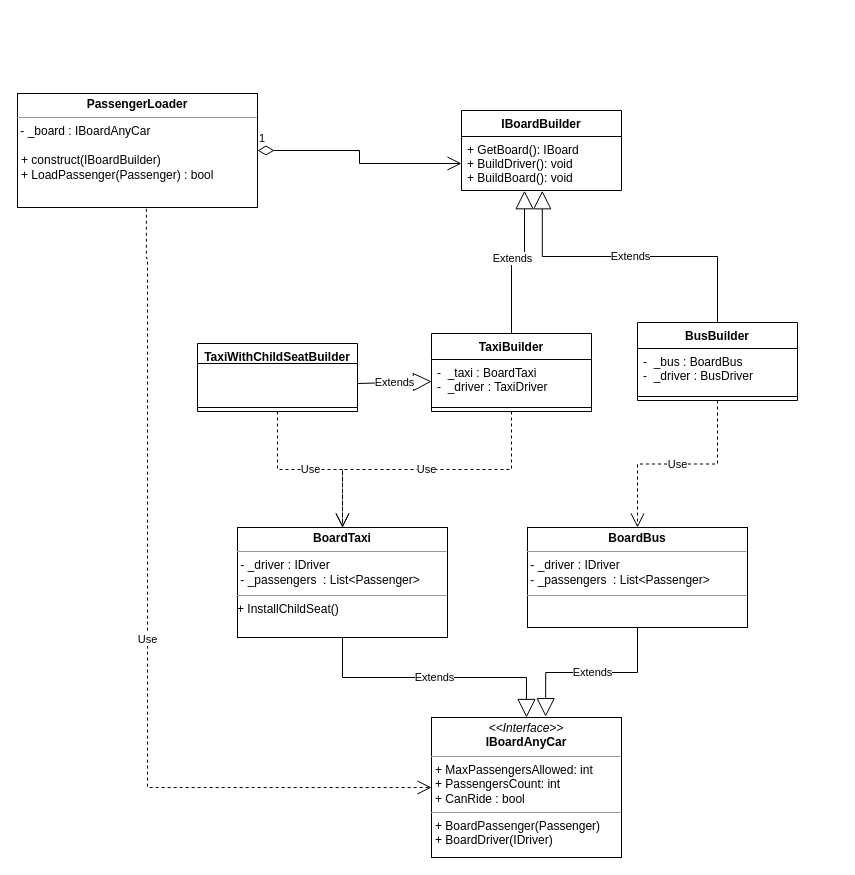
This is Lab2/builders2.drawio from 4z0t/Design-Patterns-Learning, a draw.io file, before an edit. Source tidied: cells renumbered, new cells numbered last; positions are measured from the earlier drawing's top-left corner, leaving out a move shared by most shapes. Both pictures are drawn from the tidied source at 100%, with x=0, y=0 at pixel (17, 93).
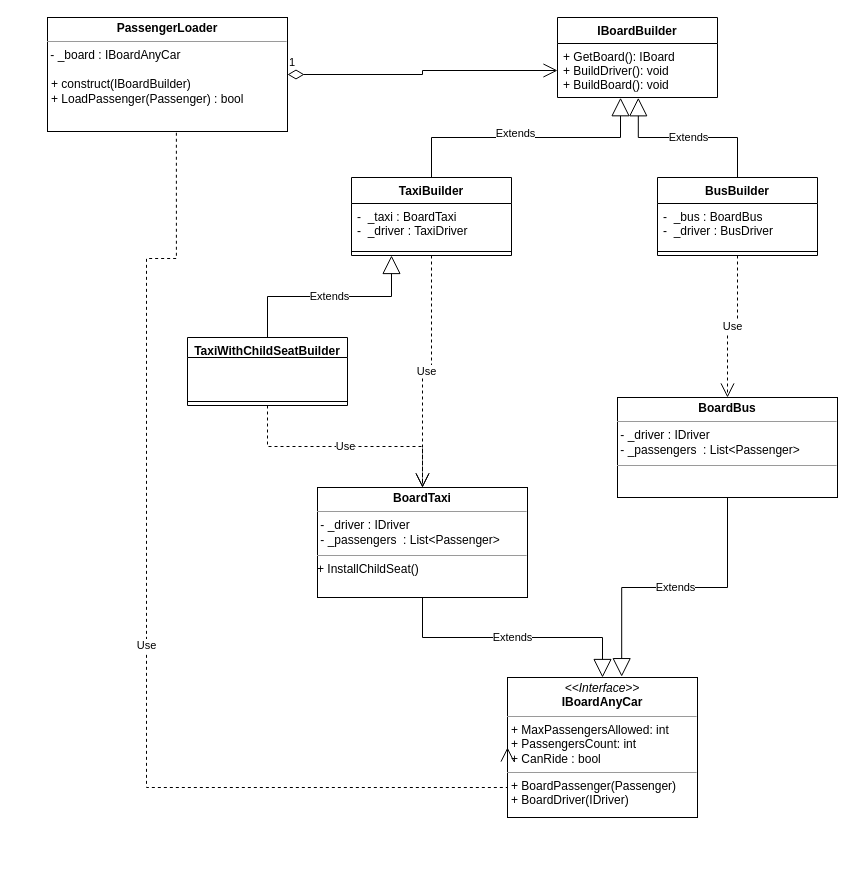
After the change.

Commit message (it also covers changes not shown here):
add class diagram

Unchanged cells that the change refers to:
```xml
<mxCell id="7" value="-  _taxi : BoardTaxi&#10;-  _driver : TaxiDriver" style="text;strokeColor=none;fillColor=none;align=left;verticalAlign=top;spacingLeft=4;spacingRight=4;overflow=hidden;points=[[0,0.5],[1,0.5]];portConstraint=eastwest;" parent="6" vertex="1">
  <mxGeometry y="26" width="160" height="44" as="geometry" />
</mxCell>
<mxCell id="23" value=" &#10;" style="text;strokeColor=none;fillColor=none;align=left;verticalAlign=top;spacingLeft=4;spacingRight=4;overflow=hidden;points=[[0,0.5],[1,0.5]];portConstraint=eastwest;" parent="22" vertex="1">
  <mxGeometry y="20" width="160" height="40" as="geometry" />
</mxCell>
```

What changed in the source:
```diff
@@
     <mxCell id="2" value="IBoardBuilder" style="swimlane;fontStyle=1;align=center;verticalAlign=top;horizontal=1;startSize=26;" parent="1" vertex="1">
-      <mxGeometry x="444" y="17" width="160" height="80" as="geometry" />
+      <mxGeometry x="540" y="-76" width="160" height="80" as="geometry" />
     </mxCell>
@@
     <mxCell id="4" value="&lt;p style=&quot;margin:0px;margin-top:4px;text-align:center;&quot;&gt;&lt;b&gt;PassengerLoader&lt;/b&gt;&lt;/p&gt;&lt;hr size=&quot;1&quot;&gt;&amp;nbsp;- _board : IBoardAnyCar&lt;br&gt;&lt;p style=&quot;margin:0px;margin-left:4px;&quot;&gt;&lt;br&gt;&lt;/p&gt;&lt;p style=&quot;margin:0px;margin-left:4px;&quot;&gt;+ construct(IBoardBuilder)&lt;/p&gt;&lt;p style=&quot;margin:0px;margin-left:4px;&quot;&gt;+&amp;nbsp;LoadPassenger(Passenger) : bool&lt;/p&gt;" style="verticalAlign=top;align=left;overflow=fill;fontSize=12;fontFamily=Helvetica;html=1;" parent="1" vertex="1">
-      <mxGeometry width="240" height="114" as="geometry" />
+      <mxGeometry x="30" y="-76" width="240" height="114" as="geometry" />
     </mxCell>
@@
     <mxCell id="6" value="TaxiBuilder" style="swimlane;fontStyle=1;align=center;verticalAlign=top;horizontal=1;startSize=26;" parent="1" vertex="1">
-      <mxGeometry x="414" y="240" width="160" height="78" as="geometry" />
+      <mxGeometry x="334" y="84" width="160" height="78" as="geometry" />
     </mxCell>
@@
     <mxCell id="10" value="BusBuilder" style="swimlane;fontStyle=1;align=center;verticalAlign=top;horizontal=1;startSize=26;" parent="1" vertex="1">
-      <mxGeometry x="620" y="229" width="160" height="78" as="geometry" />
+      <mxGeometry x="640" y="84" width="160" height="78" as="geometry" />
     </mxCell>
@@
     <mxCell id="14" value="&lt;p style=&quot;margin:0px;margin-top:4px;text-align:center;&quot;&gt;&lt;b&gt;BoardTaxi&lt;/b&gt;&lt;/p&gt;&lt;hr size=&quot;1&quot;&gt;&amp;nbsp;&lt;span style=&quot;background-color: initial;&quot;&gt;-&amp;nbsp;&lt;/span&gt;_driver :&amp;nbsp;&lt;span style=&quot;background-color: initial;&quot;&gt;IDriver&amp;nbsp;&lt;br&gt;&lt;/span&gt;&amp;nbsp;- _passengers&amp;nbsp; :&amp;nbsp;&lt;span style=&quot;background-color: initial;&quot;&gt;List&amp;lt;Passenger&amp;gt;&lt;/span&gt;&lt;br&gt;&lt;div style=&quot;height:2px;&quot;&gt;&lt;/div&gt;&lt;hr size=&quot;1&quot;&gt;&lt;div style=&quot;height:2px;&quot;&gt;+&amp;nbsp;InstallChildSeat()&lt;/div&gt;&lt;div style=&quot;height:2px;&quot;&gt;&lt;br&gt;&lt;/div&gt;" style="verticalAlign=top;align=left;overflow=fill;fontSize=12;fontFamily=Helvetica;html=1;" parent="1" vertex="1">
-      <mxGeometry x="220" y="434" width="210" height="110" as="geometry" />
+      <mxGeometry x="300" y="394" width="210" height="110" as="geometry" />
     </mxCell>
     <mxCell id="15" value="&lt;p style=&quot;margin:0px;margin-top:4px;text-align:center;&quot;&gt;&lt;b&gt;BoardBus&lt;/b&gt;&lt;/p&gt;&lt;hr size=&quot;1&quot;&gt;&amp;nbsp;&lt;span style=&quot;background-color: initial;&quot;&gt;-&amp;nbsp;&lt;/span&gt;_driver :&amp;nbsp;&lt;span style=&quot;background-color: initial;&quot;&gt;IDriver&amp;nbsp;&lt;br&gt;&lt;/span&gt;&amp;nbsp;- _passengers&amp;nbsp; :&amp;nbsp;&lt;span style=&quot;background-color: initial;&quot;&gt;List&amp;lt;Passenger&amp;gt;&lt;/span&gt;&lt;br&gt;&lt;div style=&quot;height:2px;&quot;&gt;&lt;/div&gt;&lt;hr size=&quot;1&quot;&gt;&lt;div style=&quot;height:2px;&quot;&gt;&lt;/div&gt;" style="verticalAlign=top;align=left;overflow=fill;fontSize=12;fontFamily=Helvetica;html=1;" parent="1" vertex="1">
-      <mxGeometry x="510" y="434" width="220" height="100" as="geometry" />
+      <mxGeometry x="600" y="304" width="220" height="100" as="geometry" />
     </mxCell>
@@
     <mxCell id="18" value="&lt;p style=&quot;margin:0px;margin-top:4px;text-align:center;&quot;&gt;&lt;i&gt;&amp;lt;&amp;lt;Interface&amp;gt;&amp;gt;&lt;/i&gt;&lt;br&gt;&lt;b&gt;IBoardAnyCar&lt;/b&gt;&lt;/p&gt;&lt;hr size=&quot;1&quot;&gt;&lt;p style=&quot;margin:0px;margin-left:4px;&quot;&gt;+ MaxPassengersAllowed: int&lt;br&gt;+ PassengersCount: int&lt;/p&gt;&lt;p style=&quot;margin:0px;margin-left:4px;&quot;&gt;+&amp;nbsp;CanRide : bool&lt;/p&gt;&lt;hr size=&quot;1&quot;&gt;&lt;p style=&quot;margin:0px;margin-left:4px;&quot;&gt;+ BoardPassenger(Passenger)&lt;br&gt;+ BoardDriver(IDriver)&lt;/p&gt;" style="verticalAlign=top;align=left;overflow=fill;fontSize=12;fontFamily=Helvetica;html=1;" parent="1" vertex="1">
-      <mxGeometry x="414" y="624" width="190" height="140" as="geometry" />
+      <mxGeometry x="490" y="584" width="190" height="140" as="geometry" />
     </mxCell>
@@
     <mxCell id="22" value="TaxiWithChildSeatBuilder" style="swimlane;fontStyle=1;align=center;verticalAlign=top;horizontal=1;startSize=20;" parent="1" vertex="1">
-      <mxGeometry x="180" y="250" width="160" height="68" as="geometry" />
+      <mxGeometry x="170" y="244" width="160" height="68" as="geometry" />
     </mxCell>
@@
-    <mxCell id="25" value="Extends" style="endArrow=block;endSize=16;endFill=0;html=1;rounded=0;exitX=1;exitY=0.5;exitDx=0;exitDy=0;entryX=0;entryY=0.5;entryDx=0;entryDy=0;" parent="1" edge="1" source="23" target="7">
+    <mxCell id="25" value="Extends" style="endArrow=block;endSize=16;endFill=0;html=1;rounded=0;exitX=0.5;exitY=0;exitDx=0;exitDy=0;entryX=0.25;entryY=1;entryDx=0;entryDy=0;edgeStyle=orthogonalEdgeStyle;" parent="1" edge="1" source="22" target="6">
       <mxGeometry relative="1" as="geometry" />
     </mxCell>
```
